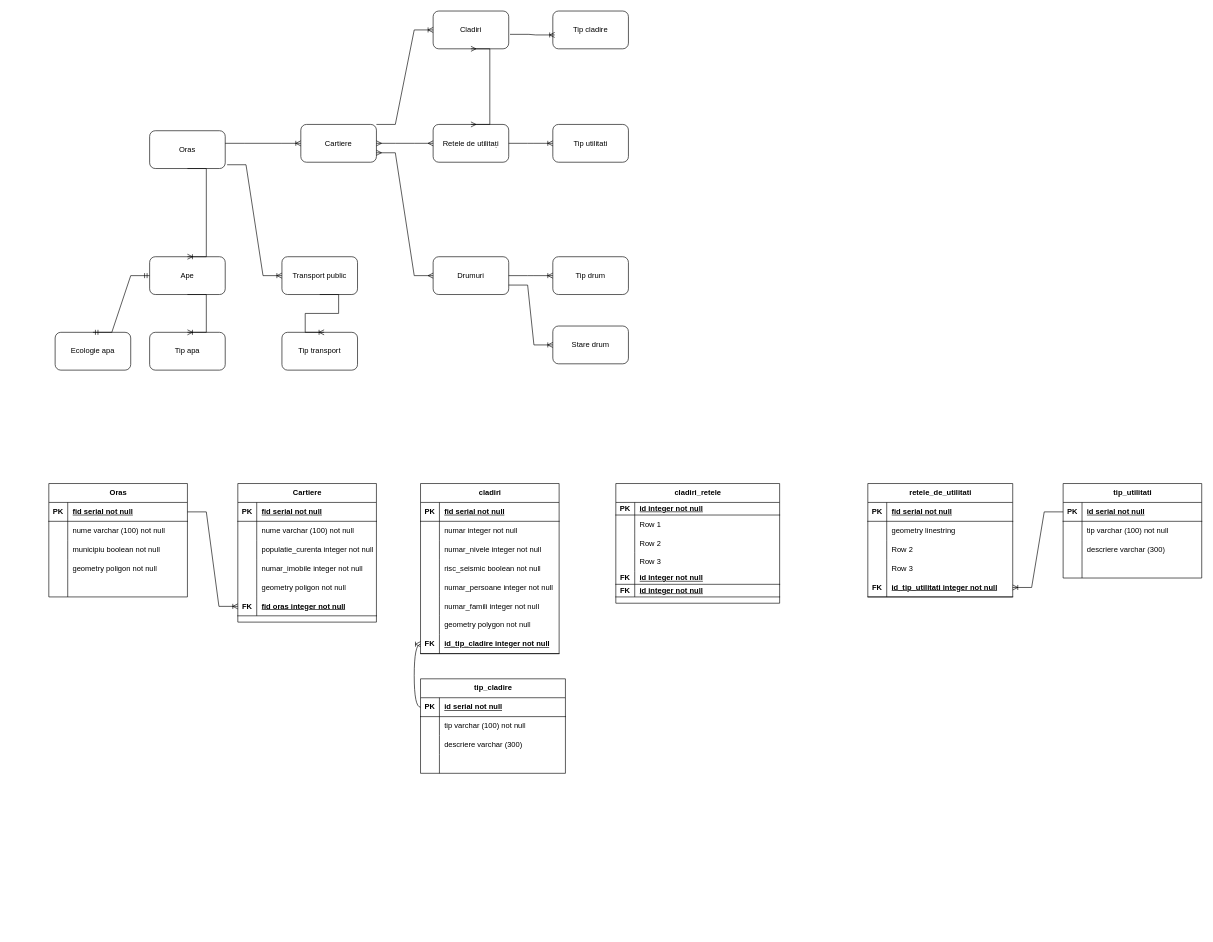
This is Untitled Diagram.drawio from Larisa123456789/sem2_larisaj, a draw.io file, before an edit. Source tidied: cells renumbered, new cells numbered last; positions are measured from the earlier drawing's top-left corner, leaving out a move shared by most shapes. Both pictures are drawn from the tidied source at 63%, with x=0, y=0 at pixel (49, 11).
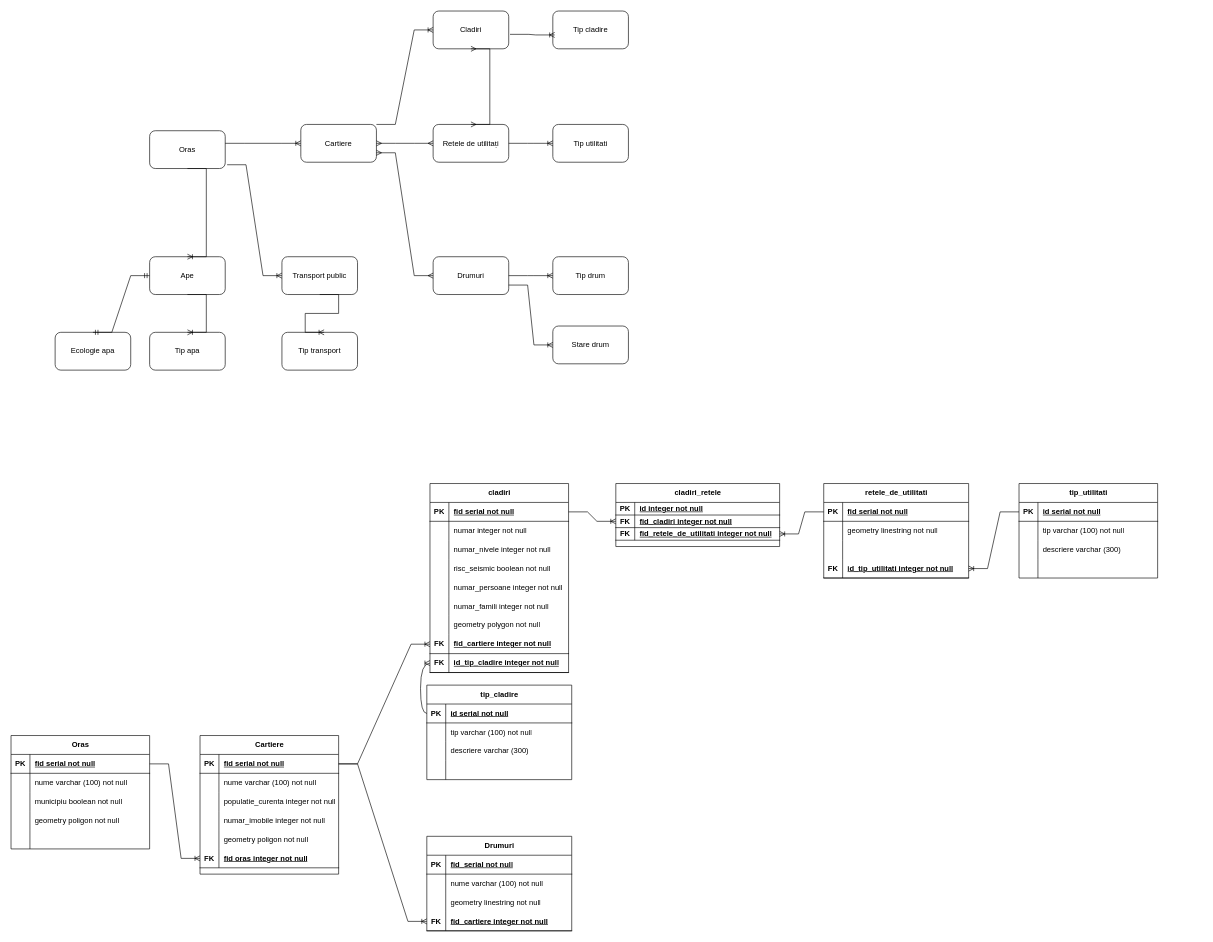
After the change.

Unchanged cells that the change refers to:
```xml
<mxCell id="46" style="shape=tableRow;horizontal=0;startSize=0;swimlaneHead=0;swimlaneBody=0;fillColor=none;points=[[0,0.5],[1,0.5]];portConstraint=eastwest;top=0;left=0;right=0;bottom=1;" parent="45" vertex="1">
  <mxGeometry y="30" width="220" height="30" as="geometry" />
</mxCell>
<mxCell id="65" style="shape=tableRow;horizontal=0;startSize=0;swimlaneHead=0;swimlaneBody=0;fillColor=none;points=[[0,0.5],[1,0.5]];portConstraint=eastwest;top=0;left=0;right=0;bottom=1;" parent="64" vertex="1">
  <mxGeometry y="30" width="220" height="30" as="geometry" />
</mxCell>
<mxCell id="86" style="shape=tableRow;horizontal=0;startSize=0;swimlaneHead=0;swimlaneBody=0;fillColor=none;points=[[0,0.5],[1,0.5]];portConstraint=eastwest;top=0;left=0;right=0;bottom=1;" parent="64" vertex="1">
  <mxGeometry y="240" width="220" height="30" as="geometry" />
</mxCell>
<mxCell id="92" style="shape=tableRow;horizontal=0;startSize=0;swimlaneHead=0;swimlaneBody=0;fillColor=none;points=[[0,0.5],[1,0.5]];portConstraint=eastwest;top=0;left=0;right=0;bottom=1;" parent="91" vertex="1">
  <mxGeometry y="30" width="230" height="30" as="geometry" />
</mxCell>
<mxCell id="95" style="shape=tableRow;horizontal=0;startSize=0;swimlaneHead=0;swimlaneBody=0;fillColor=none;top=0;left=0;right=0;bottom=0;" parent="91" vertex="1">
  <mxGeometry y="60" width="230" height="30" as="geometry" />
</mxCell>
<mxCell id="122" style="shape=tableRow;horizontal=0;startSize=0;swimlaneHead=0;swimlaneBody=0;fillColor=none;points=[[0,0.5],[1,0.5]];portConstraint=eastwest;top=0;left=0;right=0;bottom=1;" parent="121" vertex="1">
  <mxGeometry y="30" width="230" height="30" as="geometry" />
</mxCell>
```

Change to the diagram source:
```diff
@@
     <mxCell id="29" value="Oras" style="shape=table;startSize=30;childLayout=tableLayout;rowLines=0;fontStyle=1;align=center;html=1;" parent="1" vertex="1">
-      <mxGeometry y="750" width="220" height="180" as="geometry" />
+      <mxGeometry x="-60" y="1150" width="220" height="180" as="geometry" />
     </mxCell>
@@
     <mxCell id="45" value="Cartiere" style="shape=table;startSize=30;childLayout=tableLayout;rowLines=0;fontStyle=1;align=center;html=1;" parent="1" vertex="1">
-      <mxGeometry x="300" y="750" width="220" height="220" as="geometry" />
+      <mxGeometry x="240" y="1150" width="220" height="220" as="geometry" />
     </mxCell>
@@
     <mxCell id="64" value="cladiri" style="shape=table;startSize=30;childLayout=tableLayout;rowLines=0;fontStyle=1;align=center;html=1;" parent="1" vertex="1">
-      <mxGeometry x="590" y="750" width="220" height="270" as="geometry" />
+      <mxGeometry x="605" y="750" width="220" height="300" as="geometry" />
     </mxCell>
@@
-    <mxCell id="88" value="id_tip_cladire integer not null" style="shape=partialRectangle;fillColor=none;top=0;left=0;bottom=0;right=0;align=left;spacingLeft=6;fontStyle=5;overflow=hidden;whiteSpace=wrap;html=1;" parent="86" vertex="1">
+    <mxCell id="88" value="fid_cartiere integer not null" style="shape=partialRectangle;fillColor=none;top=0;left=0;bottom=0;right=0;align=left;spacingLeft=6;fontStyle=5;overflow=hidden;whiteSpace=wrap;html=1;" parent="86" vertex="1">
       <mxGeometry x="30" width="190" height="30" as="geometry" />
     </mxCell>
+    <mxCell id="154" style="shape=tableRow;horizontal=0;startSize=0;swimlaneHead=0;swimlaneBody=0;fillColor=none;points=[[0,0.5],[1,0.5]];portConstraint=eastwest;top=0;left=0;right=0;bottom=1;" parent="64" vertex="1">
+      <mxGeometry y="270" width="220" height="30" as="geometry" />
+    </mxCell>
+    <mxCell id="155" value="FK" style="shape=partialRectangle;fillColor=none;top=0;left=0;bottom=0;right=0;fontStyle=1;overflow=hidden;whiteSpace=wrap;html=1;" parent="154" vertex="1">
+      <mxGeometry width="30" height="30" as="geometry" />
+    </mxCell>
+    <mxCell id="156" value="id_tip_cladire integer not null" style="shape=partialRectangle;fillColor=none;top=0;left=0;bottom=0;right=0;align=left;spacingLeft=6;fontStyle=5;overflow=hidden;whiteSpace=wrap;html=1;" parent="154" vertex="1">
+      <mxGeometry x="30" width="190" height="30" as="geometry" />
+    </mxCell>
@@
     <mxCell id="91" value="retele_de_utilitati" style="shape=table;startSize=30;childLayout=tableLayout;rowLines=0;fontStyle=1;align=center;html=1;" parent="1" vertex="1">
-      <mxGeometry x="1300" y="750" width="230" height="180" as="geometry" />
+      <mxGeometry x="1230" y="750" width="230" height="150" as="geometry" />
     </mxCell>
@@
-    <mxCell id="97" value="geometry linestring" style="shape=partialRectangle;fillColor=none;top=0;left=0;bottom=0;right=0;align=left;spacingLeft=6;overflow=hidden;whiteSpace=wrap;html=1;" parent="95" vertex="1">
+    <mxCell id="97" value="geometry linestring not null" style="shape=partialRectangle;fillColor=none;top=0;left=0;bottom=0;right=0;align=left;spacingLeft=6;overflow=hidden;whiteSpace=wrap;html=1;" parent="95" vertex="1">
       <mxGeometry x="30" width="200" height="30" as="geometry" />
     </mxCell>
-    <mxCell id="98" style="shape=tableRow;horizontal=0;startSize=0;swimlaneHead=0;swimlaneBody=0;fillColor=none;top=0;left=0;right=0;bottom=0;" parent="91" vertex="1">
-      <mxGeometry y="90" width="230" height="30" as="geometry" />
-    </mxCell>
-    <mxCell id="99" style="shape=partialRectangle;fillColor=none;top=0;left=0;bottom=0;right=0;overflow=hidden;whiteSpace=wrap;html=1;" parent="98" vertex="1">
-      <mxGeometry width="30" height="30" as="geometry" />
-    </mxCell>
-    <mxCell id="100" value="Row 2" style="shape=partialRectangle;fillColor=none;top=0;left=0;bottom=0;right=0;align=left;spacingLeft=6;overflow=hidden;whiteSpace=wrap;html=1;" parent="98" vertex="1">
-      <mxGeometry x="30" width="200" height="30" as="geometry" />
-    </mxCell>
     <mxCell id="101" style="shape=tableRow;horizontal=0;startSize=0;swimlaneHead=0;swimlaneBody=0;fillColor=none;top=0;left=0;right=0;bottom=0;" parent="91" vertex="1">
-      <mxGeometry y="120" width="230" height="30" as="geometry" />
+      <mxGeometry y="90" width="230" height="30" as="geometry" />
     </mxCell>
@@
-    <mxCell id="103" value="Row 3" style="shape=partialRectangle;fillColor=none;top=0;left=0;bottom=0;right=0;align=left;spacingLeft=6;overflow=hidden;whiteSpace=wrap;html=1;" parent="101" vertex="1">
+    <mxCell id="103" style="shape=partialRectangle;fillColor=none;top=0;left=0;bottom=0;right=0;align=left;spacingLeft=6;overflow=hidden;whiteSpace=wrap;html=1;" parent="101" vertex="1">
       <mxGeometry x="30" width="200" height="30" as="geometry" />
     </mxCell>
     <mxCell id="104" style="shape=tableRow;horizontal=0;startSize=0;swimlaneHead=0;swimlaneBody=0;fillColor=none;points=[[0,0.5],[1,0.5]];portConstraint=eastwest;top=0;left=0;right=0;bottom=1;" parent="91" vertex="1">
-      <mxGeometry y="150" width="230" height="30" as="geometry" />
+      <mxGeometry y="120" width="230" height="30" as="geometry" />
     </mxCell>
@@
     <mxCell id="107" value="tip_utilitati" style="shape=table;startSize=30;childLayout=tableLayout;rowLines=0;fontStyle=1;align=center;html=1;" parent="1" vertex="1">
-      <mxGeometry x="1610" y="750" width="220" height="150" as="geometry" />
+      <mxGeometry x="1540" y="750" width="220" height="150" as="geometry" />
     </mxCell>
@@
     <mxCell id="121" value="tip_cladire" style="shape=table;startSize=30;childLayout=tableLayout;rowLines=0;fontStyle=1;align=center;html=1;" parent="1" vertex="1">
-      <mxGeometry x="590" y="1060" width="230" height="150" as="geometry" />
+      <mxGeometry x="600" y="1070" width="230" height="150" as="geometry" />
     </mxCell>
@@
-    <mxCell id="134" style="edgeStyle=orthogonalEdgeStyle;fontSize=12;html=1;endArrow=ERoneToMany;rounded=0;exitX=0;exitY=0.5;exitDx=0;exitDy=0;entryX=0;entryY=0.5;entryDx=0;entryDy=0;curved=1;" parent="1" edge="1" source="122" target="86">
+    <mxCell id="134" style="edgeStyle=orthogonalEdgeStyle;fontSize=12;html=1;endArrow=ERoneToMany;rounded=0;exitX=0;exitY=0.5;exitDx=0;exitDy=0;entryX=0;entryY=0.5;entryDx=0;entryDy=0;curved=1;" parent="1" edge="1" source="122" target="154">
       <mxGeometry relative="1" as="geometry" />
     </mxCell>
     <mxCell id="135" value="cladiri_retele" style="shape=table;startSize=30;childLayout=tableLayout;rowLines=0;fontStyle=1;align=center;html=1;" parent="1" vertex="1">
-      <mxGeometry x="900" y="750" width="260" height="190" as="geometry" />
+      <mxGeometry x="900" y="750" width="260" height="100" as="geometry" />
     </mxCell>
@@
-    <mxCell id="139" style="shape=tableRow;horizontal=0;startSize=0;swimlaneHead=0;swimlaneBody=0;fillColor=none;top=0;left=0;right=0;bottom=0;" parent="135" vertex="1">
-      <mxGeometry y="50" width="260" height="30" as="geometry" />
-    </mxCell>
-    <mxCell id="140" style="shape=partialRectangle;fillColor=none;top=0;left=0;bottom=0;right=0;overflow=hidden;whiteSpace=wrap;html=1;" parent="139" vertex="1">
-      <mxGeometry width="30" height="30" as="geometry" />
-    </mxCell>
-    <mxCell id="141" value="Row 1" style="shape=partialRectangle;fillColor=none;top=0;left=0;bottom=0;right=0;align=left;spacingLeft=6;overflow=hidden;whiteSpace=wrap;html=1;" parent="139" vertex="1">
-      <mxGeometry x="30" width="230" height="30" as="geometry" />
-    </mxCell>
-    <mxCell id="142" style="shape=tableRow;horizontal=0;startSize=0;swimlaneHead=0;swimlaneBody=0;fillColor=none;top=0;left=0;right=0;bottom=0;" parent="135" vertex="1">
-      <mxGeometry y="80" width="260" height="30" as="geometry" />
-    </mxCell>
-    <mxCell id="143" style="shape=partialRectangle;fillColor=none;top=0;left=0;bottom=0;right=0;overflow=hidden;whiteSpace=wrap;html=1;" parent="142" vertex="1">
-      <mxGeometry width="30" height="30" as="geometry" />
-    </mxCell>
-    <mxCell id="144" value="Row 2" style="shape=partialRectangle;fillColor=none;top=0;left=0;bottom=0;right=0;align=left;spacingLeft=6;overflow=hidden;whiteSpace=wrap;html=1;" parent="142" vertex="1">
-      <mxGeometry x="30" width="230" height="30" as="geometry" />
-    </mxCell>
-    <mxCell id="145" style="shape=tableRow;horizontal=0;startSize=0;swimlaneHead=0;swimlaneBody=0;fillColor=none;top=0;left=0;right=0;bottom=0;" parent="135" vertex="1">
-      <mxGeometry y="110" width="260" height="30" as="geometry" />
-    </mxCell>
-    <mxCell id="146" style="shape=partialRectangle;fillColor=none;top=0;left=0;bottom=0;right=0;overflow=hidden;whiteSpace=wrap;html=1;" parent="145" vertex="1">
-      <mxGeometry width="30" height="30" as="geometry" />
-    </mxCell>
-    <mxCell id="147" value="Row 3" style="shape=partialRectangle;fillColor=none;top=0;left=0;bottom=0;right=0;align=left;spacingLeft=6;overflow=hidden;whiteSpace=wrap;html=1;" parent="145" vertex="1">
-      <mxGeometry x="30" width="230" height="30" as="geometry" />
-    </mxCell>
     <mxCell id="148" style="shape=tableRow;horizontal=0;startSize=0;swimlaneHead=0;swimlaneBody=0;fillColor=none;points=[[0,0.5],[1,0.5]];portConstraint=eastwest;top=0;left=0;right=0;bottom=1;" parent="135" vertex="1">
-      <mxGeometry y="140" width="260" height="20" as="geometry" />
+      <mxGeometry y="50" width="260" height="20" as="geometry" />
     </mxCell>
@@
-    <mxCell id="150" value="id integer not null" style="shape=partialRectangle;fillColor=none;top=0;left=0;bottom=0;right=0;align=left;spacingLeft=6;fontStyle=5;overflow=hidden;whiteSpace=wrap;html=1;" parent="148" vertex="1">
+    <mxCell id="150" value="fid_cladiri integer not null" style="shape=partialRectangle;fillColor=none;top=0;left=0;bottom=0;right=0;align=left;spacingLeft=6;fontStyle=5;overflow=hidden;whiteSpace=wrap;html=1;" parent="148" vertex="1">
       <mxGeometry x="30" width="230" height="20" as="geometry" />
     </mxCell>
     <mxCell id="151" style="shape=tableRow;horizontal=0;startSize=0;swimlaneHead=0;swimlaneBody=0;fillColor=none;points=[[0,0.5],[1,0.5]];portConstraint=eastwest;top=0;left=0;right=0;bottom=1;" parent="135" vertex="1">
-      <mxGeometry y="160" width="260" height="20" as="geometry" />
+      <mxGeometry y="70" width="260" height="20" as="geometry" />
     </mxCell>
@@
-    <mxCell id="153" value="id integer not null" style="shape=partialRectangle;fillColor=none;top=0;left=0;bottom=0;right=0;align=left;spacingLeft=6;fontStyle=5;overflow=hidden;whiteSpace=wrap;html=1;" parent="151" vertex="1">
+    <mxCell id="153" value="fid_retele_de_utilitati integer not null" style="shape=partialRectangle;fillColor=none;top=0;left=0;bottom=0;right=0;align=left;spacingLeft=6;fontStyle=5;overflow=hidden;whiteSpace=wrap;html=1;" parent="151" vertex="1">
       <mxGeometry x="30" width="230" height="20" as="geometry" />
     </mxCell>
+    <mxCell id="157" style="edgeStyle=entityRelationEdgeStyle;fontSize=12;html=1;endArrow=ERoneToMany;rounded=0;exitX=1;exitY=0.5;exitDx=0;exitDy=0;entryX=0;entryY=0.5;entryDx=0;entryDy=0;" parent="1" edge="1" source="65" target="148">
+      <mxGeometry relative="1" as="geometry" />
+    </mxCell>
+    <mxCell id="158" style="edgeStyle=entityRelationEdgeStyle;fontSize=12;html=1;endArrow=ERoneToMany;rounded=0;exitX=0;exitY=0.5;exitDx=0;exitDy=0;entryX=1;entryY=0.5;entryDx=0;entryDy=0;" parent="1" edge="1" source="92" target="151">
+      <mxGeometry relative="1" as="geometry" />
+    </mxCell>
+    <mxCell id="159" style="edgeStyle=entityRelationEdgeStyle;fontSize=12;html=1;endArrow=ERoneToMany;rounded=0;exitX=1;exitY=0.5;exitDx=0;exitDy=0;entryX=0;entryY=0.5;entryDx=0;entryDy=0;" parent="1" edge="1" source="46" target="86">
+      <mxGeometry relative="1" as="geometry" />
+    </mxCell>
+    <mxCell id="160" value="Drumuri" style="shape=table;startSize=30;childLayout=tableLayout;rowLines=0;fontStyle=1;align=center;html=1;" parent="1" vertex="1">
+      <mxGeometry x="600" y="1310" width="230" height="150" as="geometry" />
+    </mxCell>
+    <mxCell id="161" style="shape=tableRow;horizontal=0;startSize=0;swimlaneHead=0;swimlaneBody=0;fillColor=none;top=0;left=0;right=0;bottom=1;" parent="160" vertex="1">
+      <mxGeometry y="30" width="230" height="30" as="geometry" />
+    </mxCell>
+    <mxCell id="162" value="PK" style="shape=partialRectangle;fillColor=none;top=0;left=0;bottom=0;right=0;fontStyle=1;overflow=hidden;whiteSpace=wrap;html=1;" parent="161" vertex="1">
+      <mxGeometry width="30" height="30" as="geometry" />
+    </mxCell>
+    <mxCell id="163" value="fid_serial not null" style="shape=partialRectangle;fillColor=none;top=0;left=0;bottom=0;right=0;align=left;spacingLeft=6;fontStyle=5;overflow=hidden;whiteSpace=wrap;html=1;" parent="161" vertex="1">
+      <mxGeometry x="30" width="200" height="30" as="geometry" />
+    </mxCell>
+    <mxCell id="164" style="shape=tableRow;horizontal=0;startSize=0;swimlaneHead=0;swimlaneBody=0;fillColor=none;top=0;left=0;right=0;bottom=0;" parent="160" vertex="1">
+      <mxGeometry y="60" width="230" height="30" as="geometry" />
+    </mxCell>
+    <mxCell id="165" style="shape=partialRectangle;fillColor=none;top=0;left=0;bottom=0;right=0;overflow=hidden;whiteSpace=wrap;html=1;" parent="164" vertex="1">
+      <mxGeometry width="30" height="30" as="geometry" />
+    </mxCell>
+    <mxCell id="166" value="nume varchar (100) not null" style="shape=partialRectangle;fillColor=none;top=0;left=0;bottom=0;right=0;align=left;spacingLeft=6;overflow=hidden;whiteSpace=wrap;html=1;" parent="164" vertex="1">
+      <mxGeometry x="30" width="200" height="30" as="geometry" />
+    </mxCell>
+    <mxCell id="98" style="shape=tableRow;horizontal=0;startSize=0;swimlaneHead=0;swimlaneBody=0;fillColor=none;top=0;left=0;right=0;bottom=0;" parent="160" vertex="1">
+      <mxGeometry y="90" width="230" height="30" as="geometry" />
+    </mxCell>
+    <mxCell id="167" style="shape=partialRectangle;fillColor=none;top=0;left=0;bottom=0;right=0;overflow=hidden;whiteSpace=wrap;html=1;" parent="98" vertex="1">
+      <mxGeometry width="30" height="30" as="geometry" />
+    </mxCell>
+    <mxCell id="168" value="geometry linestring not null" style="shape=partialRectangle;fillColor=none;top=0;left=0;bottom=0;right=0;align=left;spacingLeft=6;overflow=hidden;whiteSpace=wrap;html=1;" parent="98" vertex="1">
+      <mxGeometry x="30" width="200" height="30" as="geometry" />
+    </mxCell>
+    <mxCell id="169" style="shape=tableRow;horizontal=0;startSize=0;swimlaneHead=0;swimlaneBody=0;fillColor=none;points=[[0,0.5],[1,0.5]];portConstraint=eastwest;top=0;left=0;right=0;bottom=1;" parent="160" vertex="1">
+      <mxGeometry y="120" width="230" height="30" as="geometry" />
+    </mxCell>
+    <mxCell id="170" value="FK" style="shape=partialRectangle;fillColor=none;top=0;left=0;bottom=0;right=0;fontStyle=1;overflow=hidden;whiteSpace=wrap;html=1;" parent="169" vertex="1">
+      <mxGeometry width="30" height="30" as="geometry" />
+    </mxCell>
+    <mxCell id="171" value="fid_cartiere integer not null" style="shape=partialRectangle;fillColor=none;top=0;left=0;bottom=0;right=0;align=left;spacingLeft=6;fontStyle=5;overflow=hidden;whiteSpace=wrap;html=1;" parent="169" vertex="1">
+      <mxGeometry x="30" width="200" height="30" as="geometry" />
+    </mxCell>
+    <mxCell id="172" style="edgeStyle=entityRelationEdgeStyle;fontSize=12;html=1;endArrow=ERoneToMany;rounded=0;exitX=1;exitY=0.5;exitDx=0;exitDy=0;entryX=0;entryY=0.5;entryDx=0;entryDy=0;" parent="1" edge="1" source="46" target="169">
+      <mxGeometry relative="1" as="geometry" />
+    </mxCell>
```
